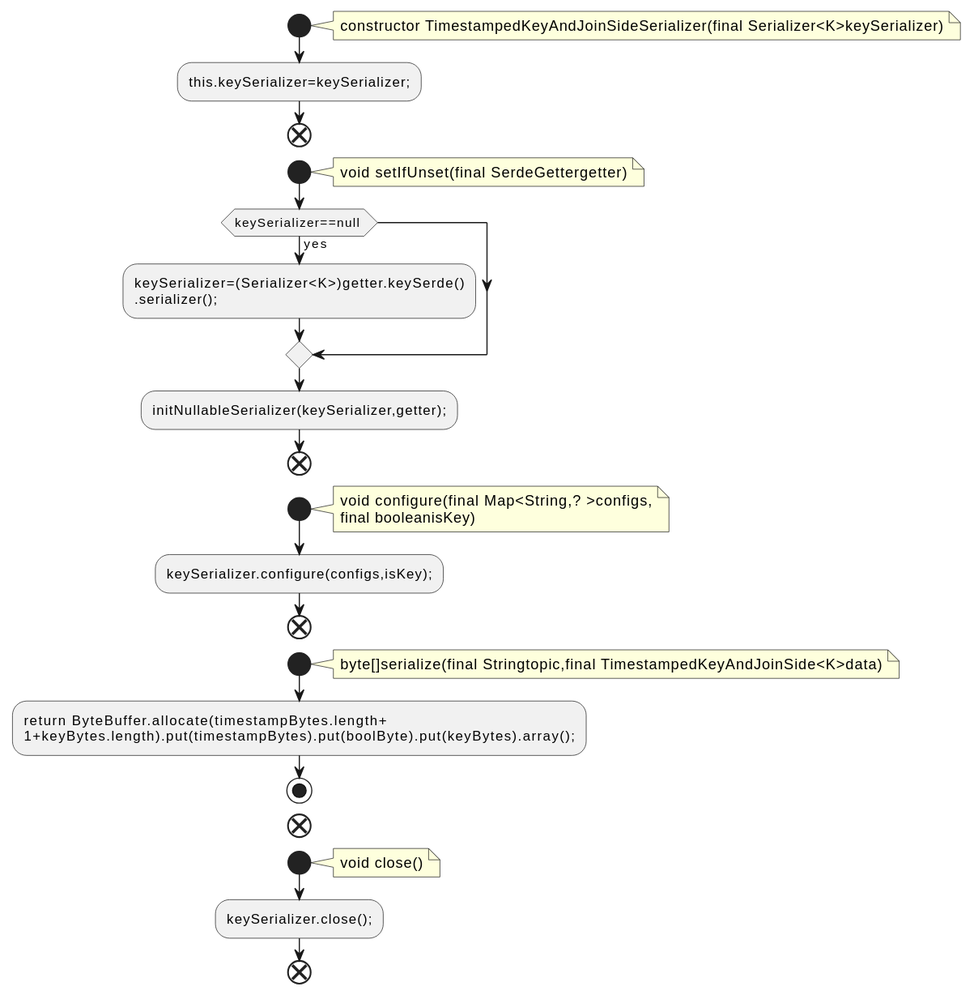
qualitesys/kafka keeps this PlantUML diagram as docs/qc/streams/src/main/java/org/apache/kafka/streams/state/internals/TimestampedKeyAndJoinSideSerializer.java.fct.svg. Above is the earlier version.
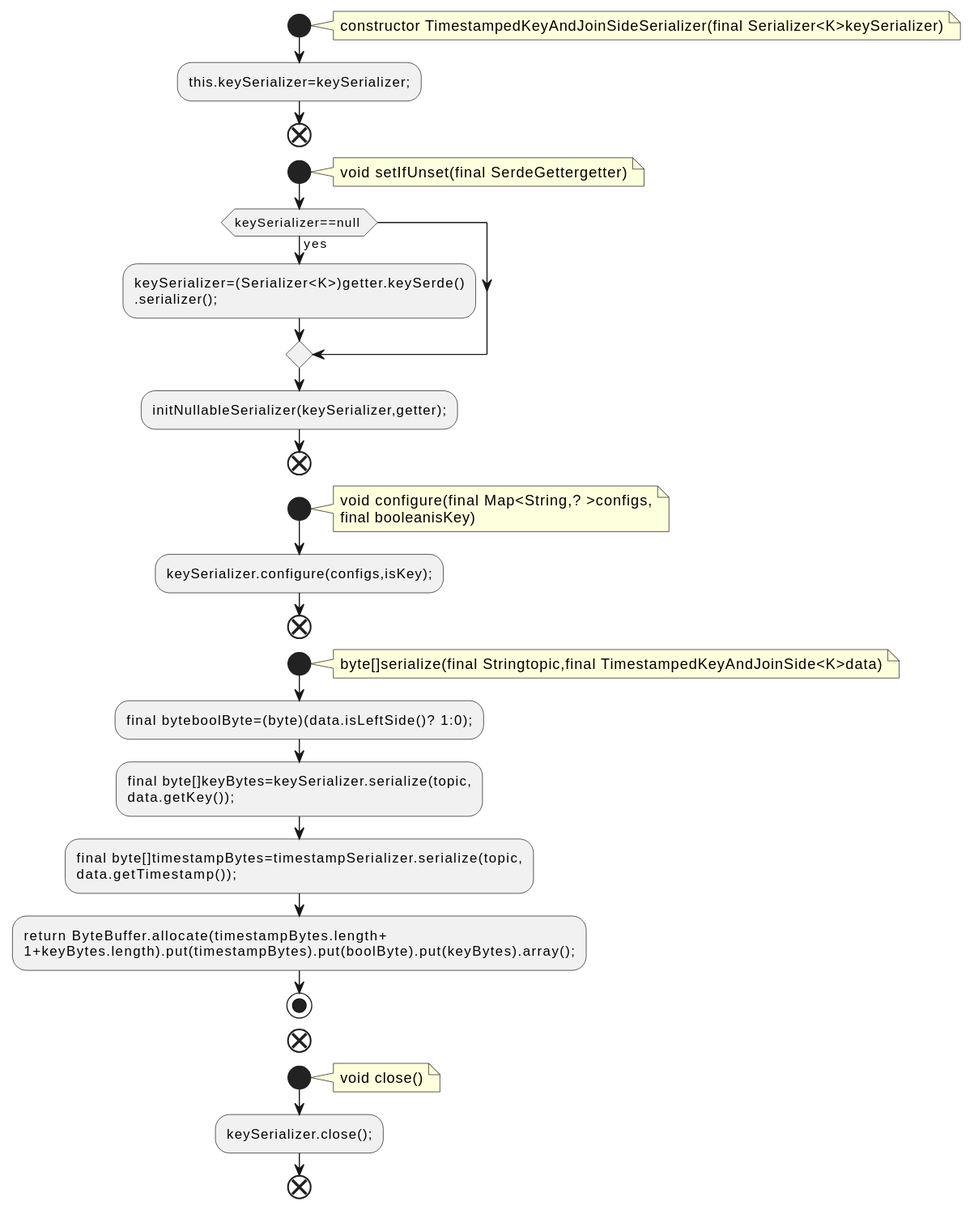
The same file after the commit.

Change to the diagram source:
```diff
@@ -27,6 +27,11 @@
 note right
 byte[]serialize(final Stringtopic,final TimestampedKeyAndJoinSide<K>data)
 end note
+:final byteboolByte=(byte)(data.isLeftSide()? 1:0);;
+:final byte[]keyBytes=keySerializer.serialize(topic,
+data.getKey());;
+:final byte[]timestampBytes=timestampSerializer.serialize(topic,
+data.getTimestamp());;
 :return ByteBuffer.allocate(timestampBytes.length+
 1+keyBytes.length).put(timestampBytes).put(boolByte).put(keyBytes).array();;
 stop
```
